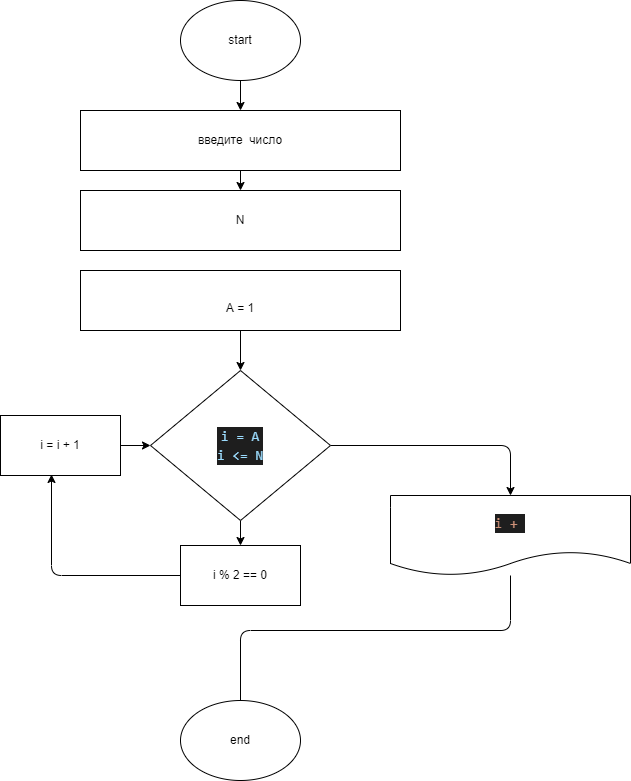
The draw.io diagram S1/HomeWork8/HW8.drawio.png in 255Vladimir255/HelloCode-new, before a commit. Source tidied: cells renumbered, new cells last; positions are measured from the earlier drawing's top-left corner, leaving out a move shared by most shapes.
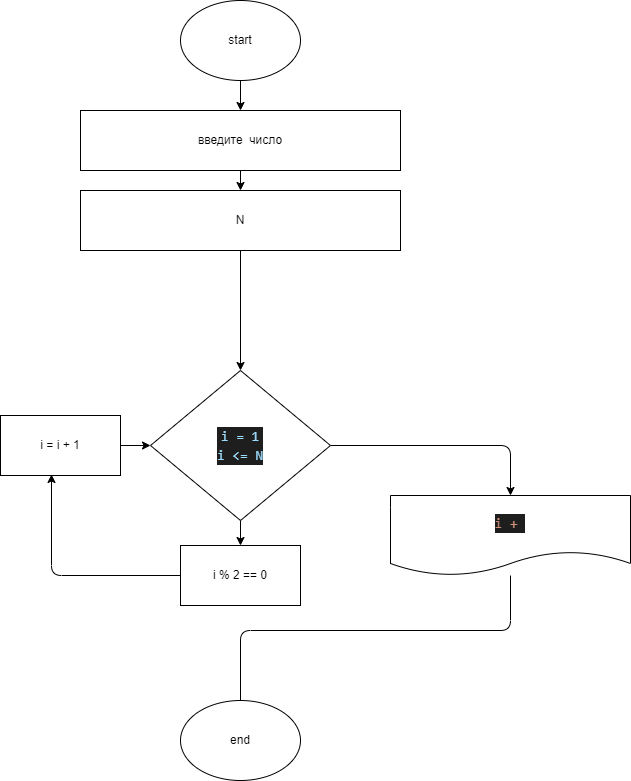
After the commit.

Change to the diagram source:
```diff
@@ -30,7 +30,7 @@
     <mxCell id="9" style="edgeStyle=none;html=1;" parent="1" edge="1" source="10" target="18">
       <mxGeometry relative="1" as="geometry" />
     </mxCell>
-    <mxCell id="10" value="&lt;pre&gt;&lt;div style=&quot;background-color: rgb(30 , 30 , 30) ; font-family: &amp;#34;consolas&amp;#34; , &amp;#34;courier new&amp;#34; , monospace ; font-size: 14px ; line-height: 19px&quot;&gt;&lt;font color=&quot;#9cdcfe&quot;&gt;i = A&lt;/font&gt;&lt;/div&gt;&lt;div style=&quot;background-color: rgb(30 , 30 , 30) ; font-family: &amp;#34;consolas&amp;#34; , &amp;#34;courier new&amp;#34; , monospace ; font-size: 14px ; line-height: 19px&quot;&gt;&lt;font color=&quot;#9cdcfe&quot;&gt;i &amp;lt;= N&lt;/font&gt;&lt;/div&gt;&lt;/pre&gt;" style="rhombus;whiteSpace=wrap;html=1;" parent="1" vertex="1">
+    <mxCell id="10" value="&lt;pre&gt;&lt;div style=&quot;background-color: rgb(30 , 30 , 30) ; font-family: &amp;#34;consolas&amp;#34; , &amp;#34;courier new&amp;#34; , monospace ; font-size: 14px ; line-height: 19px&quot;&gt;&lt;font color=&quot;#9cdcfe&quot;&gt;i = 1&lt;/font&gt;&lt;/div&gt;&lt;div style=&quot;background-color: rgb(30 , 30 , 30) ; font-family: &amp;#34;consolas&amp;#34; , &amp;#34;courier new&amp;#34; , monospace ; font-size: 14px ; line-height: 19px&quot;&gt;&lt;font color=&quot;#9cdcfe&quot;&gt;i &amp;lt;= N&lt;/font&gt;&lt;/div&gt;&lt;/pre&gt;" style="rhombus;whiteSpace=wrap;html=1;" parent="1" vertex="1">
       <mxGeometry x="150" y="370" width="180" height="150" as="geometry" />
     </mxCell>
     <mxCell id="11" style="edgeStyle=none;html=1;fontFamily=Helvetica;fontColor=#FFFFFF;endArrow=none;endFill=0;" parent="1" edge="1" source="12" target="7">
@@ -44,12 +44,9 @@
     <mxCell id="12" value="&lt;div style=&quot;background-color: rgb(30 , 30 , 30) ; font-family: &amp;#34;consolas&amp;#34; , &amp;#34;courier new&amp;#34; , monospace ; font-size: 14px ; line-height: 19px&quot;&gt;&lt;font color=&quot;#ce9178&quot;&gt;i +&amp;nbsp;&lt;/font&gt;&lt;/div&gt;" style="shape=document;whiteSpace=wrap;html=1;boundedLbl=1;labelBackgroundColor=none;fontFamily=Helvetica;fontColor=#FFFFFF;" parent="1" vertex="1">
       <mxGeometry x="390" y="495" width="240" height="80" as="geometry" />
     </mxCell>
-    <mxCell id="13" style="edgeStyle=none;html=1;entryX=0.5;entryY=0;entryDx=0;entryDy=0;" parent="1" edge="1" source="14" target="10">
+    <mxCell id="13" style="edgeStyle=none;html=1;entryX=0.5;entryY=0;entryDx=0;entryDy=0;exitX=0.5;exitY=1;exitDx=0;exitDy=0;" parent="1" edge="1" source="6" target="10">
       <mxGeometry relative="1" as="geometry" />
     </mxCell>
-    <mxCell id="14" value="&lt;br&gt;A = 1" style="rounded=0;whiteSpace=wrap;html=1;" parent="1" vertex="1">
-      <mxGeometry x="80" y="270" width="320" height="60" as="geometry" />
-    </mxCell>
     <mxCell id="15" style="edgeStyle=none;html=1;entryX=0;entryY=0.5;entryDx=0;entryDy=0;" parent="1" edge="1" source="16" target="10">
       <mxGeometry relative="1" as="geometry" />
     </mxCell>
```
